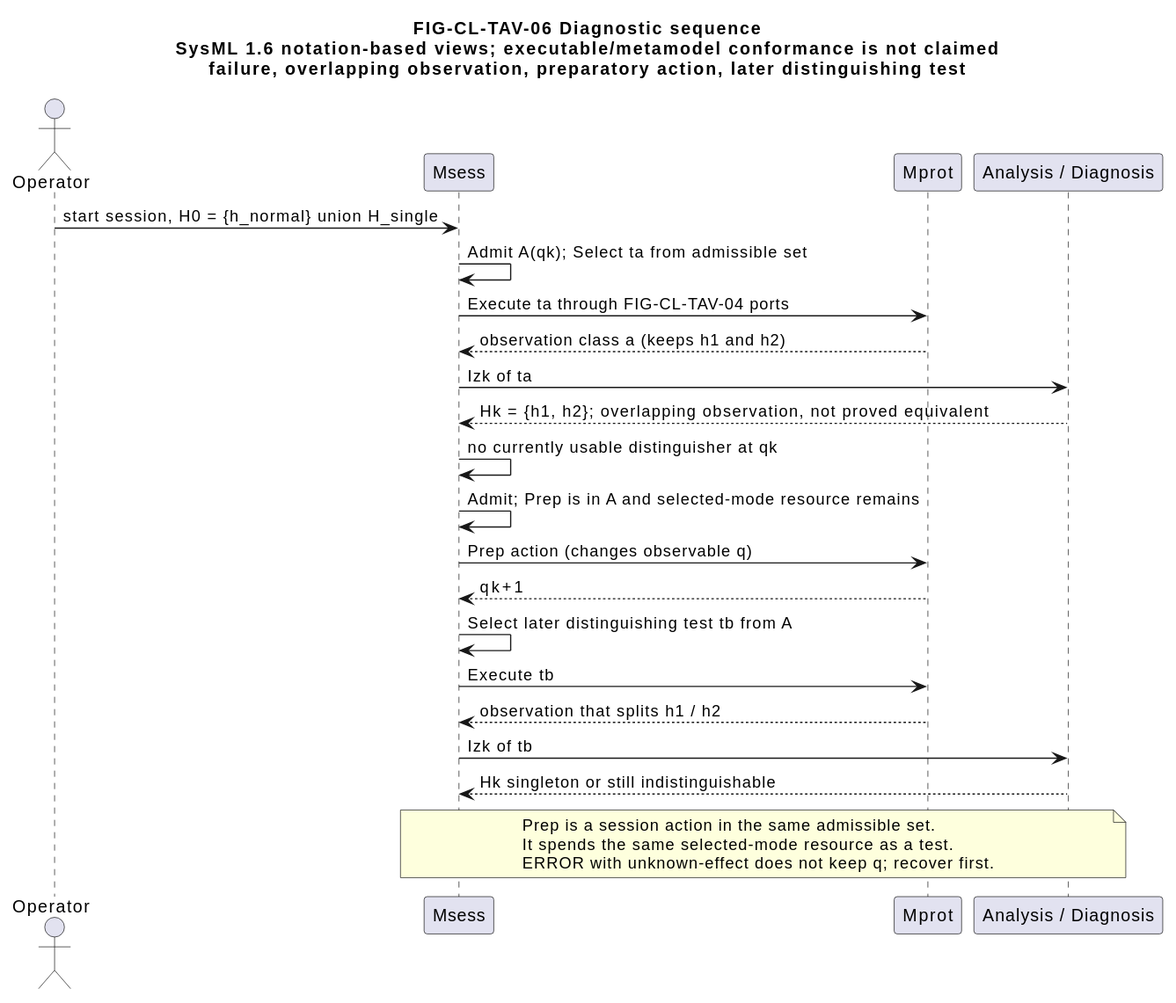
The PlantUML diagram artifacts/publications/cltav/figures/FIG-CL-TAV-06-diagnostic-sequence.svg in ZhangChi0727/arinc-615a-conformance, before a commit. Its diagram source:
```plantuml
@startuml
skinparam shadowing false
title FIG-CL-TAV-06 Diagnostic sequence\nSysML 1.6 notation-based views; executable/metamodel conformance is not claimed\nfailure, overlapping observation, preparatory action, later distinguishing test

actor Operator
participant "Msess" as S
participant "Mprot" as P
participant "Analysis / Diagnosis" as A

Operator -> S : start session, H0 = {h_normal} union H_single
S -> S : Admit A(qk); Select ta from admissible set
S -> P : Execute ta through FIG-CL-TAV-04 ports
P --> S : observation class a (keeps h1 and h2)
S -> A : Izk of ta
A --> S : Hk = {h1, h2}; overlapping observation, not proved equivalent
S -> S : no currently usable distinguisher at qk
S -> S : Admit; Prep is in A and selected-mode resource remains
S -> P : Prep action (changes observable q)
P --> S : qk+1
S -> S : Select later distinguishing test tb from A
S -> P : Execute tb
P --> S : observation that splits h1 / h2
S -> A : Izk of tb
A --> S : Hk singleton or still indistinguishable
note over S, A
  Prep is a session action in the same admissible set.
  It spends the same selected-mode resource as a test.
  ERROR with unknown-effect does not keep q; recover first.
end note
@enduml
```
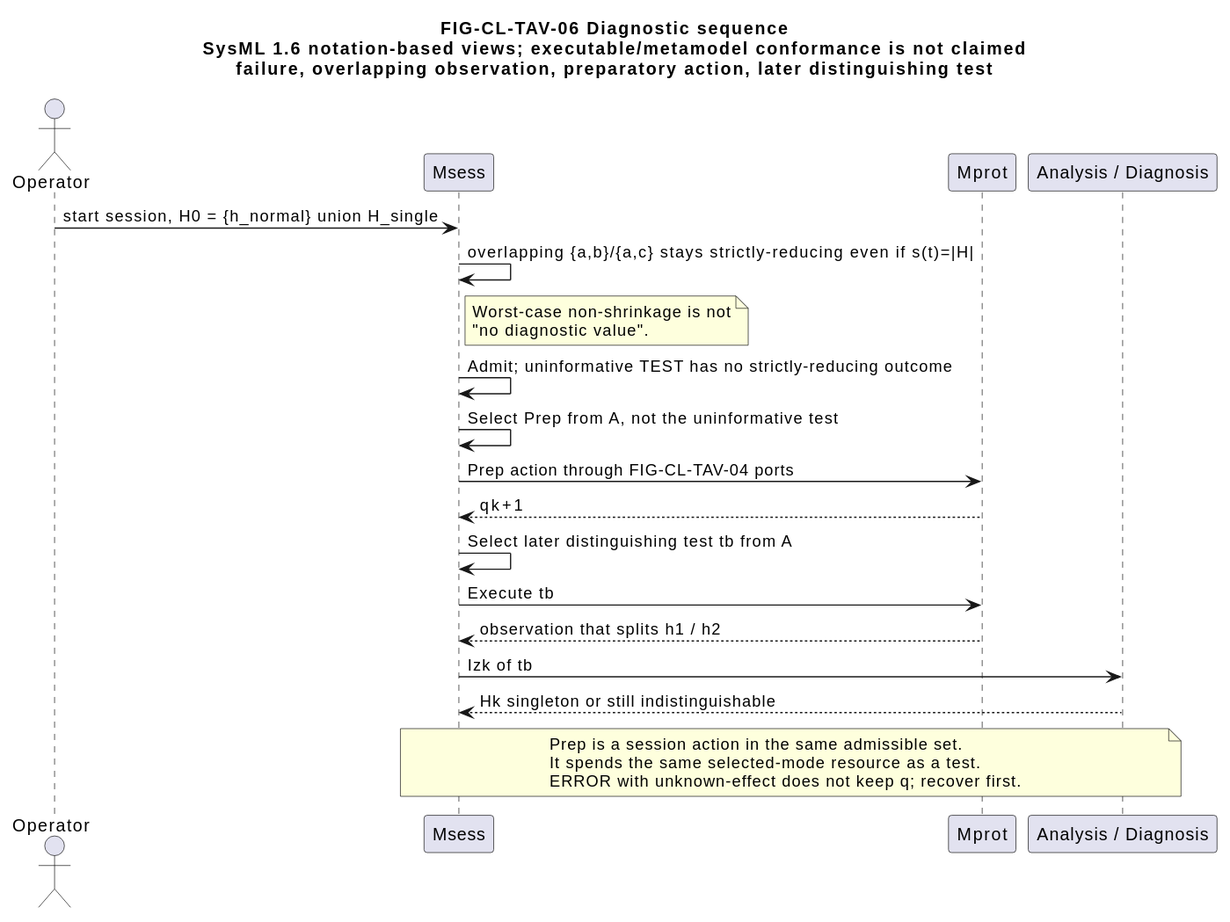
The same diagram one commit later.

The edit, as a diff of the source:
```diff
@@ -8,14 +8,14 @@
 participant "Analysis / Diagnosis" as A
 
 Operator -> S : start session, H0 = {h_normal} union H_single
-S -> S : Admit A(qk); Select ta from admissible set
-S -> P : Execute ta through FIG-CL-TAV-04 ports
-P --> S : observation class a (keeps h1 and h2)
-S -> A : Izk of ta
-A --> S : Hk = {h1, h2}; overlapping observation, not proved equivalent
-S -> S : no currently usable distinguisher at qk
-S -> S : Admit; Prep is in A and selected-mode resource remains
-S -> P : Prep action (changes observable q)
+S -> S : overlapping {a,b}/{a,c} stays strictly-reducing even if s(t)=|H|
+note right of S
+  Worst-case non-shrinkage is not
+  "no diagnostic value".
+end note
+S -> S : Admit; uninformative TEST has no strictly-reducing outcome
+S -> S : Select Prep from A, not the uninformative test
+S -> P : Prep action through FIG-CL-TAV-04 ports
 P --> S : qk+1
 S -> S : Select later distinguishing test tb from A
 S -> P : Execute tb
```
